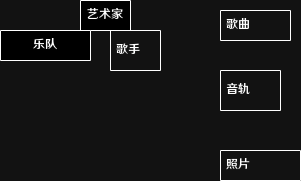
This is Module/未命名绘图.drawio.png from reigadegr/irisHelper, a draw.io export, as it was before one commit. Source tidied: cells renumbered, new cells last; positions are measured from the earlier drawing's top-left corner, leaving out a move shared by most shapes.
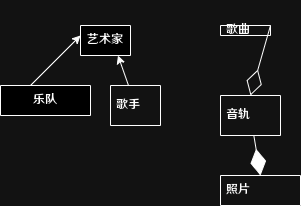
Above is the later version.

Commit message:
已添加 未命名绘图.drawio.png

What changed in the source:
```diff
@@ -6,13 +6,13 @@
       <mxGeometry x="80" width="50" height="30" as="geometry" />
     </mxCell>
     <mxCell id="3" value="乐队" style="swimlane;fontStyle=0;horizontal=1;startSize=30;whiteSpace=wrap;html=1;" parent="1" vertex="1">
-      <mxGeometry y="30" width="90" height="30" as="geometry" />
+      <mxGeometry y="60" width="90" height="30" as="geometry" />
     </mxCell>
     <mxCell id="4" value="歌曲" style="swimlane;fontStyle=0;horizontal=1;startSize=30;whiteSpace=wrap;html=1;align=left;verticalAlign=middle;spacingLeft=4;spacingRight=4;fontFamily=Helvetica;fontSize=12;fontColor=default;fillColor=none;gradientColor=none;" parent="1" vertex="1">
-      <mxGeometry x="220" y="10" width="70" height="30" as="geometry" />
+      <mxGeometry x="220" width="50" height="10" as="geometry" />
     </mxCell>
     <mxCell id="5" value="歌手" style="swimlane;fontStyle=0;horizontal=1;startSize=40;whiteSpace=wrap;html=1;align=left;verticalAlign=middle;spacingLeft=4;spacingRight=4;fontFamily=Helvetica;fontSize=12;fontColor=default;fillColor=none;gradientColor=none;" parent="1" vertex="1">
-      <mxGeometry x="110" y="30" width="50" height="40" as="geometry" />
+      <mxGeometry x="110" y="60" width="50" height="40" as="geometry" />
     </mxCell>
     <mxCell id="6" value="音轨" style="swimlane;fontStyle=0;horizontal=1;startSize=40;whiteSpace=wrap;html=1;align=left;verticalAlign=middle;spacingLeft=4;spacingRight=4;fontFamily=Helvetica;fontSize=12;fontColor=default;fillColor=none;gradientColor=none;" parent="1" vertex="1">
       <mxGeometry x="220" y="70" width="60" height="40" as="geometry" />
@@ -20,5 +20,20 @@
     <mxCell id="7" value="照片" style="swimlane;fontStyle=0;horizontal=1;startSize=30;whiteSpace=wrap;html=1;align=left;verticalAlign=middle;spacingLeft=4;spacingRight=4;fontFamily=Helvetica;fontSize=12;fontColor=default;fillColor=none;gradientColor=none;" parent="1" vertex="1">
       <mxGeometry x="220" y="150" width="80" height="30" as="geometry" />
     </mxCell>
+    <mxCell id="8" style="endArrow=classic;html=1;rounded=0;fontFamily=Helvetica;fontSize=12;fontColor=default;" parent="1" edge="1">
+      <mxGeometry relative="1" as="geometry">
+        <mxPoint x="30" y="60" as="sourcePoint" />
+        <mxPoint x="80" y="10" as="targetPoint" />
+      </mxGeometry>
+    </mxCell>
+    <mxCell id="9" style="endArrow=classic;html=1;rounded=0;fontFamily=Helvetica;fontSize=12;fontColor=default;entryX=0.75;entryY=1;entryDx=0;entryDy=0;" parent="1" edge="1" source="5" target="2">
+      <mxGeometry relative="1" as="geometry" />
+    </mxCell>
+    <mxCell id="10" style="endArrow=diamondThin;endFill=1;endSize=24;html=1;rounded=0;fontFamily=Helvetica;fontSize=12;fontColor=default;entryX=0.5;entryY=0;entryDx=0;entryDy=0;" parent="1" edge="1" source="6" target="7">
+      <mxGeometry relative="1" as="geometry" />
+    </mxCell>
+    <mxCell id="11" style="endArrow=diamondThin;endFill=0;endSize=24;html=1;rounded=0;fontFamily=Helvetica;fontSize=12;fontColor=default;entryX=0.5;entryY=0;entryDx=0;entryDy=0;exitX=1;exitY=0;exitDx=0;exitDy=0;" parent="1" edge="1" source="4" target="6">
+      <mxGeometry relative="1" as="geometry" />
+    </mxCell>
   </root>
 </mxGraphModel>
```
